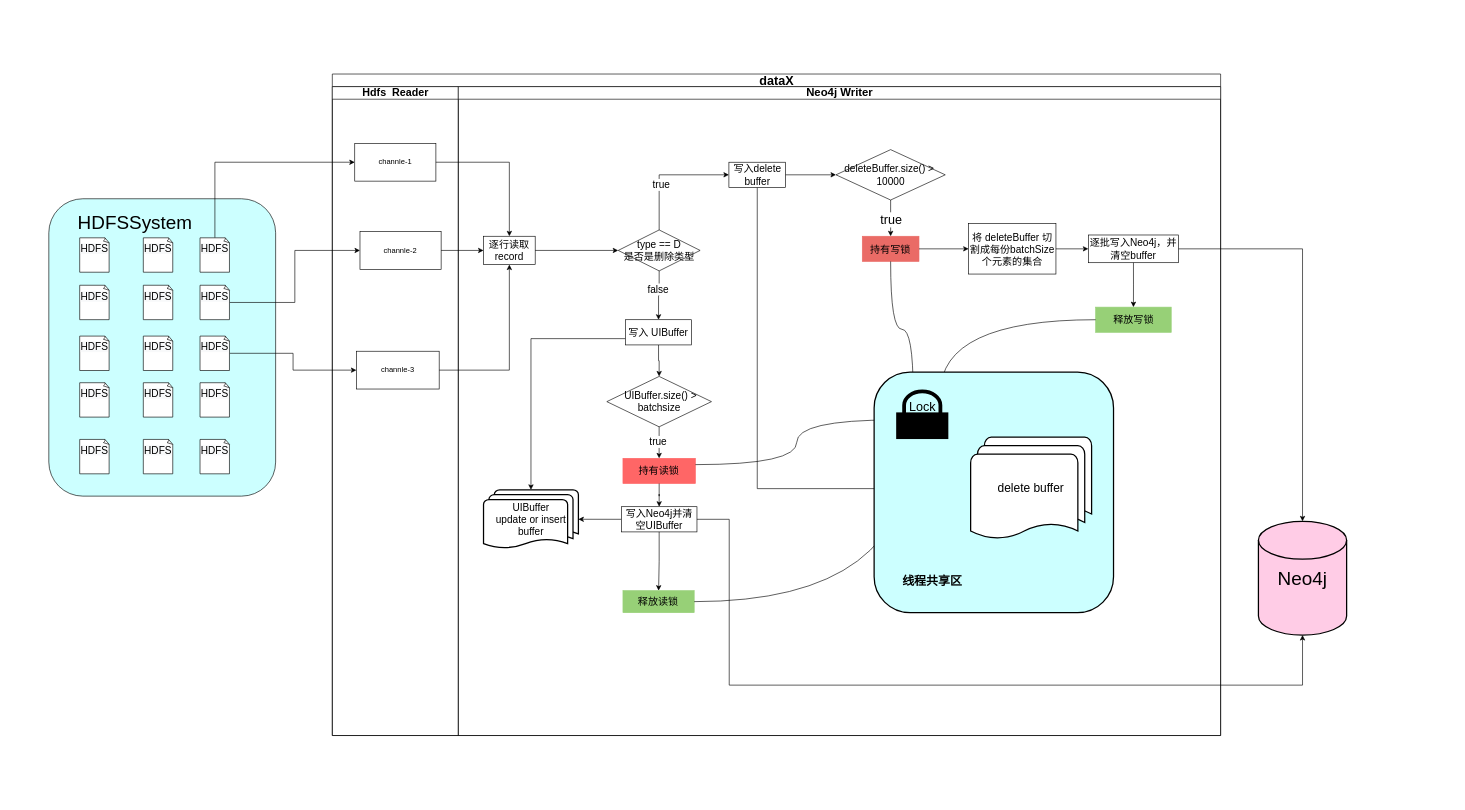
This is draw-io/DataX-Neo4j-Node写入原理.drawio from bigbaibaibai/drawIo, a draw.io file, before an edit. Source tidied: cells renumbered, new cells numbered last; positions are measured from the earlier drawing's top-left corner, leaving out a move shared by most shapes. Both pictures are drawn from the tidied source at 63%, with x=0, y=0 at pixel (49, 74).
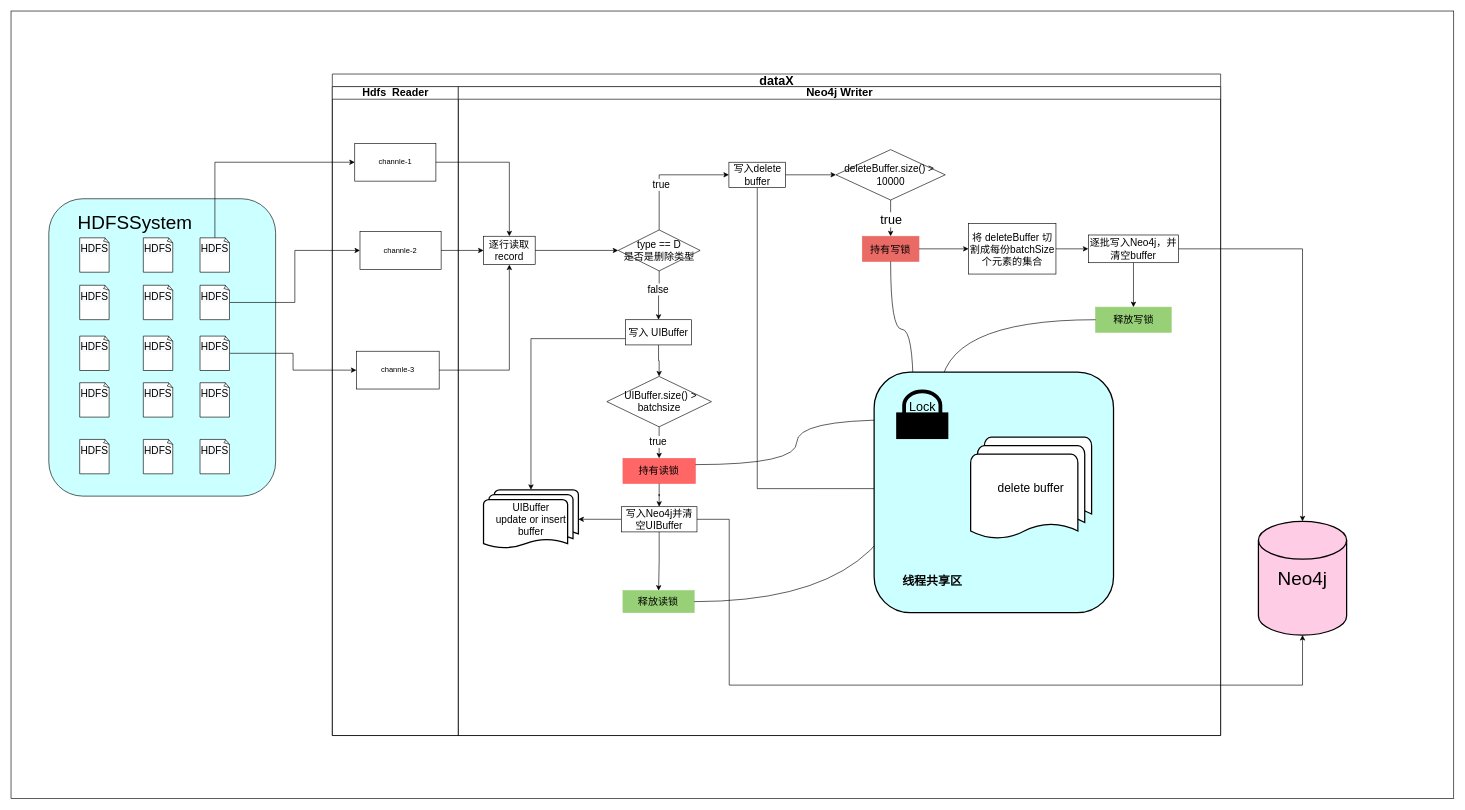
The same page after the edit.

Commit message (it also covers changes not shown here):
更新DataX-Neo4j-Node写入原理.drawio

Change to the diagram source:
```diff
@@
+    <mxCell id="81" style="rounded=0;whiteSpace=wrap;html=1;fontSize=17;fillColor=#FFFFFF;gradientColor=none;" parent="1" vertex="1">
+      <mxGeometry x="-60" y="-100" width="2290" height="1250" as="geometry" />
+    </mxCell>
```
